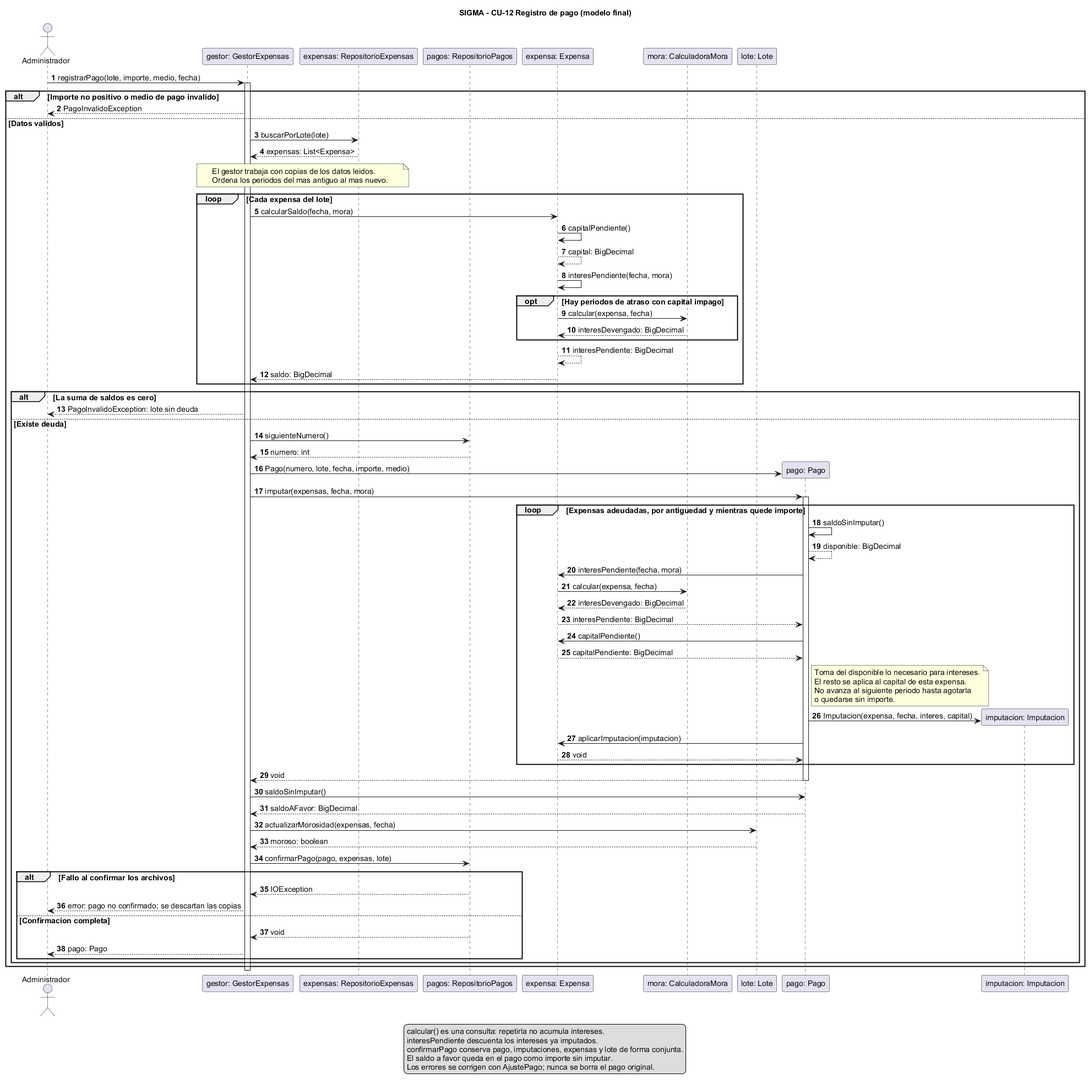
Above: docs/uml/secuencia-pago-final.png in fedemarr/TP-POO-SIGMA (PlantUML), before the change. The source it was exported from:
```plantuml
@startuml secuencia-pago-final
title SIGMA - CU-12 Registro de pago (modelo final)
scale max 3800*3800
skinparam shadowing false
skinparam defaultFontName Arial
skinparam defaultFontSize 14
autonumber
actor Administrador as Actor
participant "gestor: GestorExpensas" as Gestor
participant "expensas: RepositorioExpensas" as RE
participant "pagos: RepositorioPagos" as RP
participant "expensa: Expensa" as E
participant "mora: CalculadoraMora" as Mora
participant "lote: Lote" as Lote

Actor -> Gestor: registrarPago(lote, importe, medio, fecha)
activate Gestor
alt Importe no positivo o medio de pago invalido
  Gestor --> Actor: PagoInvalidoException
else Datos validos
  Gestor -> RE: buscarPorLote(lote)
  RE --> Gestor: expensas: List<Expensa>
  note over Gestor,RE
    El gestor trabaja con copias de los datos leidos.
    Ordena los periodos del mas antiguo al mas nuevo.
  end note
  loop Cada expensa del lote
    Gestor -> E: calcularSaldo(fecha, mora)
    E -> E: capitalPendiente()
    E --> E: capital: BigDecimal
    E -> E: interesPendiente(fecha, mora)
    opt Hay periodos de atraso con capital impago
      E -> Mora: calcular(expensa, fecha)
      Mora --> E: interesDevengado: BigDecimal
    end
    E --> E: interesPendiente: BigDecimal
    E --> Gestor: saldo: BigDecimal
  end
  alt La suma de saldos es cero
    Gestor --> Actor: PagoInvalidoException: lote sin deuda
  else Existe deuda
    Gestor -> RP: siguienteNumero()
    RP --> Gestor: numero: int
    create participant "pago: Pago" as P
    Gestor -> P: Pago(numero, lote, fecha, importe, medio)
    Gestor -> P: imputar(expensas, fecha, mora)
    activate P
    loop Expensas adeudadas, por antiguedad y mientras quede importe
      P -> P: saldoSinImputar()
      P --> P: disponible: BigDecimal
      P -> E: interesPendiente(fecha, mora)
      E -> Mora: calcular(expensa, fecha)
      Mora --> E: interesDevengado: BigDecimal
      E --> P: interesPendiente: BigDecimal
      P -> E: capitalPendiente()
      E --> P: capitalPendiente: BigDecimal
      note right of P
        Toma del disponible lo necesario para intereses.
        El resto se aplica al capital de esta expensa.
        No avanza al siguiente periodo hasta agotarla
        o quedarse sin importe.
      end note
      create participant "imputacion: Imputacion" as I
      P -> I: Imputacion(expensa, fecha, interes, capital)
      P -> E: aplicarImputacion(imputacion)
      E --> P: void
    end
    P --> Gestor: void
    deactivate P
    Gestor -> P: saldoSinImputar()
    P --> Gestor: saldoAFavor: BigDecimal
    Gestor -> Lote: actualizarMorosidad(expensas, fecha)
    Lote --> Gestor: moroso: boolean
    Gestor -> RP: confirmarPago(pago, expensas, lote)
    alt Fallo al confirmar los archivos
      RP --> Gestor: IOException
      Gestor --> Actor: error: pago no confirmado; se descartan las copias
    else Confirmacion completa
      RP --> Gestor: void
      Gestor --> Actor: pago: Pago
    end
  end
end
deactivate Gestor
legend bottom
  calcular() es una consulta: repetirla no acumula intereses.
  interesPendiente descuenta los intereses ya imputados.
  confirmarPago conserva pago, imputaciones, expensas y lote de forma conjunta.
  El saldo a favor queda en el pago como importe sin imputar.
  Los errores se corrigen con AjustePago; nunca se borra el pago original.
endlegend
@enduml
```
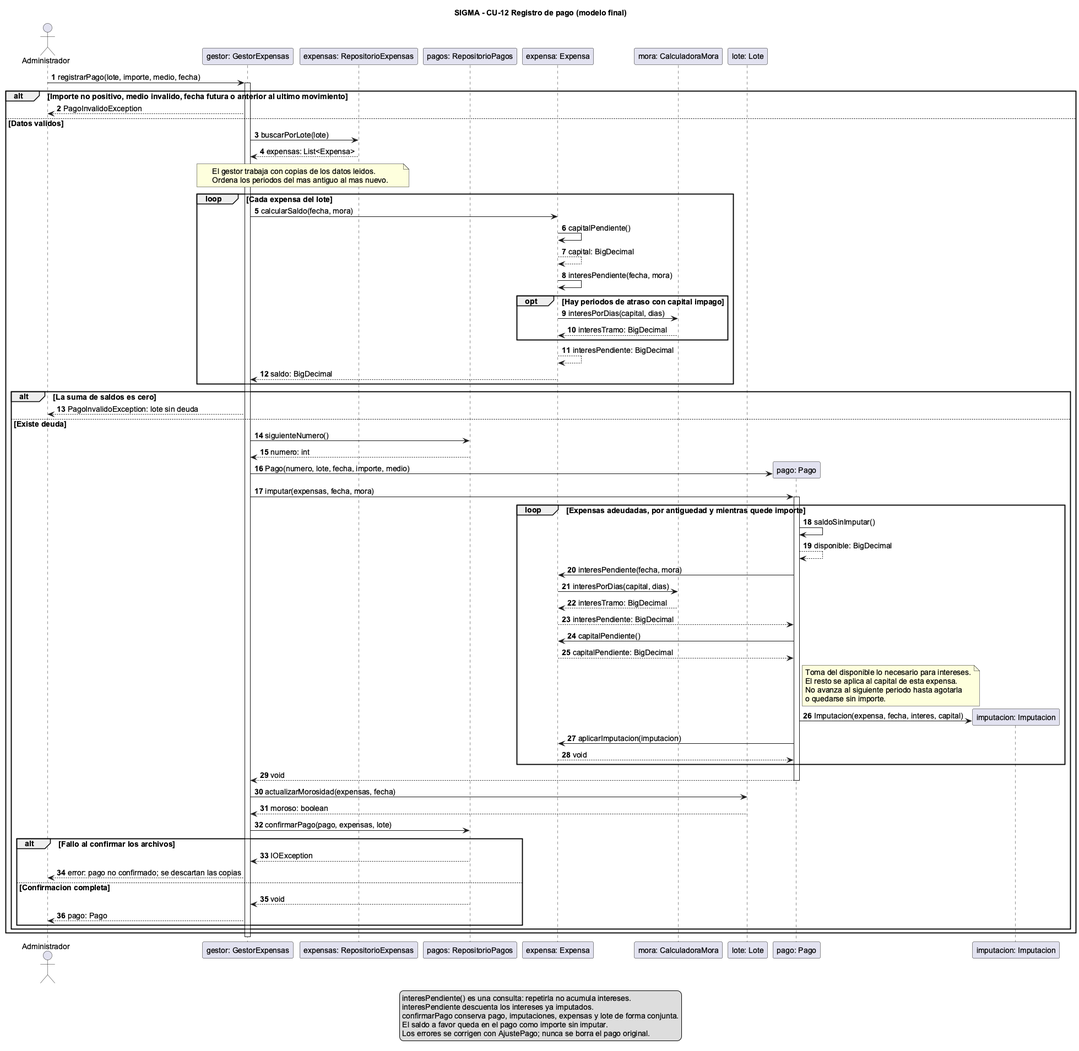
The same file after the commit.

Diff of the diagram source:
```diff
@@ -1,4 +1,5 @@
 @startuml secuencia-pago-final
+!pragma layout smetana
 title SIGMA - CU-12 Registro de pago (modelo final)
 scale max 3800*3800
 skinparam shadowing false
@@ -15,7 +16,7 @@
 
 Actor -> Gestor: registrarPago(lote, importe, medio, fecha)
 activate Gestor
-alt Importe no positivo o medio de pago invalido
+alt Importe no positivo, medio invalido, fecha futura o anterior al ultimo movimiento
   Gestor --> Actor: PagoInvalidoException
 else Datos validos
   Gestor -> RE: buscarPorLote(lote)
@@ -30,8 +31,8 @@
     E --> E: capital: BigDecimal
     E -> E: interesPendiente(fecha, mora)
     opt Hay periodos de atraso con capital impago
-      E -> Mora: calcular(expensa, fecha)
-      Mora --> E: interesDevengado: BigDecimal
+      E -> Mora: interesPorDias(capital, dias)
+      Mora --> E: interesTramo: BigDecimal
     end
     E --> E: interesPendiente: BigDecimal
     E --> Gestor: saldo: BigDecimal
@@ -49,8 +50,8 @@
       P -> P: saldoSinImputar()
       P --> P: disponible: BigDecimal
       P -> E: interesPendiente(fecha, mora)
-      E -> Mora: calcular(expensa, fecha)
-      Mora --> E: interesDevengado: BigDecimal
+      E -> Mora: interesPorDias(capital, dias)
+      Mora --> E: interesTramo: BigDecimal
       E --> P: interesPendiente: BigDecimal
       P -> E: capitalPendiente()
       E --> P: capitalPendiente: BigDecimal
@@ -67,8 +68,6 @@
     end
     P --> Gestor: void
     deactivate P
-    Gestor -> P: saldoSinImputar()
-    P --> Gestor: saldoAFavor: BigDecimal
     Gestor -> Lote: actualizarMorosidad(expensas, fecha)
     Lote --> Gestor: moroso: boolean
     Gestor -> RP: confirmarPago(pago, expensas, lote)
@@ -83,7 +82,7 @@
 end
 deactivate Gestor
 legend bottom
-  calcular() es una consulta: repetirla no acumula intereses.
+  interesPendiente() es una consulta: repetirla no acumula intereses.
   interesPendiente descuenta los intereses ya imputados.
   confirmarPago conserva pago, imputaciones, expensas y lote de forma conjunta.
   El saldo a favor queda en el pago como importe sin imputar.
```
